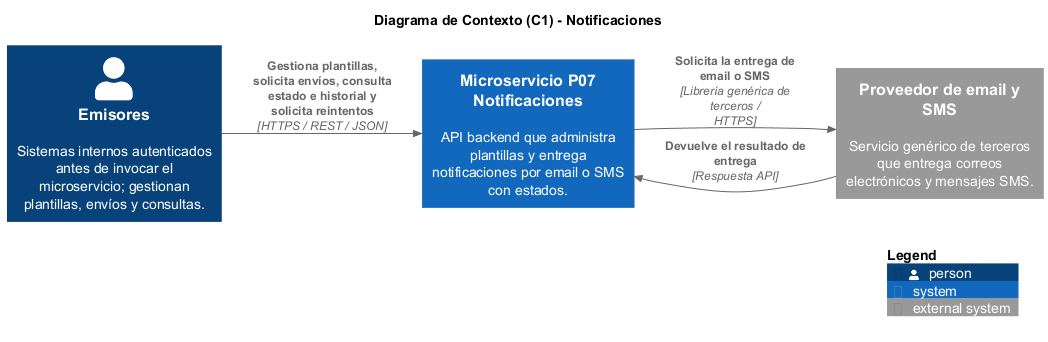
Before: notificaciones-architecture/diagrams/C4/contexto/notificaciones-01-contexto.png, a diagram exported from PlantUML (Frosmin/tigoBootcamp).
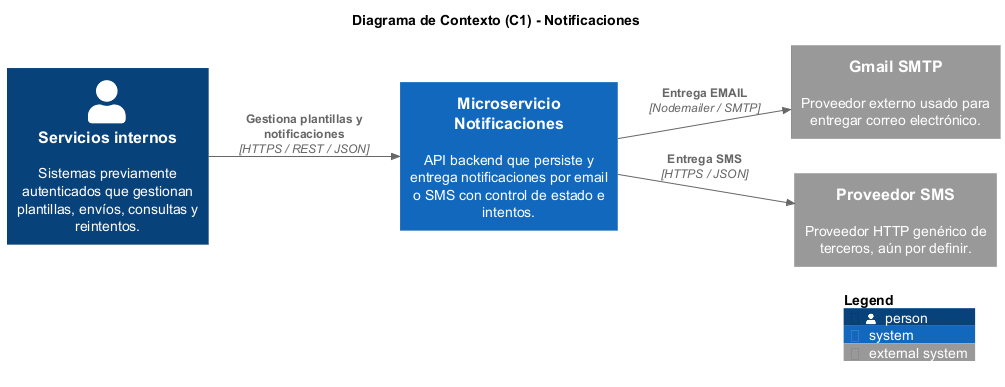
Later version of the same file.

Diff of the diagram source:
```diff
@@ -7,13 +7,15 @@
 
 title Diagrama de Contexto (C1) - Notificaciones
 
-Person(emisores,"Emisores", "Sistemas internos autenticados antes de invocar el microservicio; gestionan plantillas, envíos y consultas.")
-System(notificaciones, "Microservicio P07 Notificaciones", "API backend que administra plantillas y entrega notificaciones por email o SMS con estados.")
+Person(emisores, "Servicios internos", "Sistemas previamente autenticados que gestionan plantillas, envíos, consultas y reintentos.")
+System(notificaciones, "Microservicio Notificaciones", "API backend que persiste y entrega notificaciones por email o SMS con control de estado e intentos.")
 
-System_Ext(proveedor, "Proveedor de email y SMS", "Servicio genérico de terceros que entrega correos electrónicos y mensajes SMS.")
+System_Ext(gmail, "Gmail SMTP", "Proveedor externo usado para entregar correo electrónico.")
+System_Ext(sms, "Proveedor SMS", "Proveedor HTTP genérico de terceros, aún por definir.")
 
-Rel(emisores, notificaciones, "Gestiona plantillas, solicita envíos, consulta estado e historial y solicita reintentos", "HTTPS / REST / JSON")
-Rel(notificaciones, proveedor, "Solicita la entrega de email o SMS", "Librería genérica de terceros / HTTPS")
-Rel(proveedor, notificaciones, "Devuelve el resultado de entrega", "Respuesta API")
+Rel(emisores, notificaciones, "Gestiona plantillas y notificaciones", "HTTPS / REST / JSON")
+Rel(notificaciones, gmail, "Entrega EMAIL", "Nodemailer / SMTP")
+Rel(notificaciones, sms, "Entrega SMS", "HTTPS / JSON")
+
 SHOW_LEGEND()
 @enduml
```
